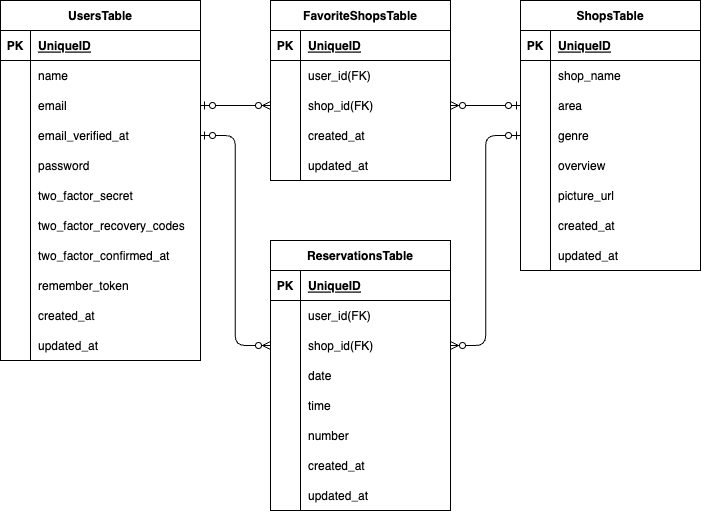
Earlier version of the draw.io export src/ER_drawing.drawio.png (hirokam/Rese_dev). Source tidied: cells renumbered, new cells last; positions are measured from the earlier drawing's top-left corner, leaving out a move shared by most shapes.
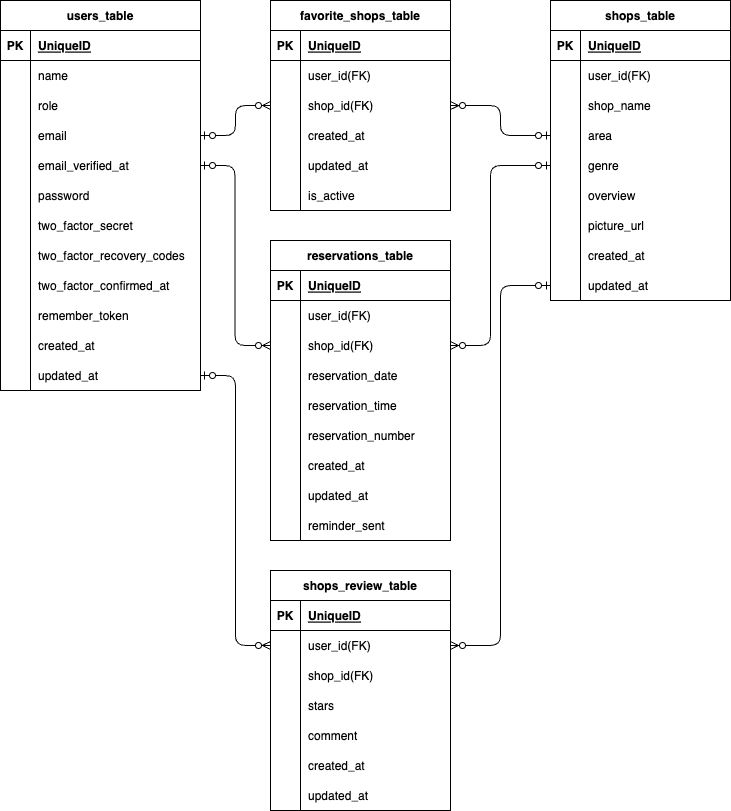
After the change.

What changed in the source:
```diff
@@ -4,4 +4,4 @@
     <mxCell id="1" parent="0" />
-    <mxCell id="2" value="UsersTable" style="shape=table;startSize=30;rowLines=0;fontStyle=1;align=center;" parent="1" vertex="1">
-      <mxGeometry width="200" height="360" as="geometry" />
+    <mxCell id="2" value="users_table" style="shape=table;startSize=30;rowLines=0;fontStyle=1;align=center;" parent="1" vertex="1">
+      <mxGeometry width="200" height="390" as="geometry" />
     </mxCell>
@@ -25,4 +25,13 @@
     </mxCell>
+    <mxCell id="106" style="shape=tableRow;horizontal=0;startSize=0;swimlaneHead=0;swimlaneBody=0;fillColor=none;top=0;left=0;right=0;bottom=0;" parent="2" vertex="1">
+      <mxGeometry y="90" width="200" height="30" as="geometry" />
+    </mxCell>
+    <mxCell id="107" style="shape=partialRectangle;fillColor=none;top=0;left=0;bottom=0;right=0;overflow=hidden;" parent="106" vertex="1">
+      <mxGeometry width="30" height="30" as="geometry" />
+    </mxCell>
+    <mxCell id="108" value="role" style="shape=partialRectangle;fillColor=none;top=0;left=0;bottom=0;right=0;align=left;spacingLeft=6;overflow=hidden;" parent="106" vertex="1">
+      <mxGeometry x="30" width="170" height="30" as="geometry" />
+    </mxCell>
     <mxCell id="9" style="shape=tableRow;horizontal=0;startSize=0;swimlaneHead=0;swimlaneBody=0;fillColor=none;points=[[0,0.5],[1,0.5]];portConstraint=eastwest;top=0;left=0;right=0;bottom=0;" parent="2" vertex="1">
-      <mxGeometry y="90" width="200" height="30" as="geometry" />
+      <mxGeometry y="120" width="200" height="30" as="geometry" />
     </mxCell>
@@ -35,3 +44,3 @@
     <mxCell id="12" style="shape=tableRow;horizontal=0;startSize=0;swimlaneHead=0;swimlaneBody=0;fillColor=none;points=[[0,0.5],[1,0.5]];portConstraint=eastwest;top=0;left=0;right=0;bottom=0;" parent="2" vertex="1">
-      <mxGeometry y="120" width="200" height="30" as="geometry" />
+      <mxGeometry y="150" width="200" height="30" as="geometry" />
     </mxCell>
@@ -44,3 +53,3 @@
     <mxCell id="15" style="shape=tableRow;horizontal=0;startSize=0;swimlaneHead=0;swimlaneBody=0;fillColor=none;top=0;left=0;right=0;bottom=0;" parent="2" vertex="1">
-      <mxGeometry y="150" width="200" height="30" as="geometry" />
+      <mxGeometry y="180" width="200" height="30" as="geometry" />
     </mxCell>
@@ -53,3 +62,3 @@
     <mxCell id="18" style="shape=tableRow;horizontal=0;startSize=0;swimlaneHead=0;swimlaneBody=0;fillColor=none;top=0;left=0;right=0;bottom=0;" parent="2" vertex="1">
-      <mxGeometry y="180" width="200" height="30" as="geometry" />
+      <mxGeometry y="210" width="200" height="30" as="geometry" />
     </mxCell>
@@ -62,3 +71,3 @@
     <mxCell id="21" style="shape=tableRow;horizontal=0;startSize=0;swimlaneHead=0;swimlaneBody=0;fillColor=none;top=0;left=0;right=0;bottom=0;" parent="2" vertex="1">
-      <mxGeometry y="210" width="200" height="30" as="geometry" />
+      <mxGeometry y="240" width="200" height="30" as="geometry" />
     </mxCell>
@@ -71,3 +80,3 @@
     <mxCell id="24" style="shape=tableRow;horizontal=0;startSize=0;swimlaneHead=0;swimlaneBody=0;fillColor=none;top=0;left=0;right=0;bottom=0;" parent="2" vertex="1">
-      <mxGeometry y="240" width="200" height="30" as="geometry" />
+      <mxGeometry y="270" width="200" height="30" as="geometry" />
     </mxCell>
@@ -80,3 +89,3 @@
     <mxCell id="27" style="shape=tableRow;horizontal=0;startSize=0;swimlaneHead=0;swimlaneBody=0;fillColor=none;top=0;left=0;right=0;bottom=0;" parent="2" vertex="1">
-      <mxGeometry y="270" width="200" height="30" as="geometry" />
+      <mxGeometry y="300" width="200" height="30" as="geometry" />
     </mxCell>
@@ -89,3 +98,3 @@
     <mxCell id="30" style="shape=tableRow;horizontal=0;startSize=0;swimlaneHead=0;swimlaneBody=0;fillColor=none;top=0;left=0;right=0;bottom=0;" parent="2" vertex="1">
-      <mxGeometry y="300" width="200" height="30" as="geometry" />
+      <mxGeometry y="330" width="200" height="30" as="geometry" />
     </mxCell>
@@ -98,3 +107,3 @@
     <mxCell id="33" style="shape=tableRow;horizontal=0;startSize=0;swimlaneHead=0;swimlaneBody=0;fillColor=none;points=[[0,0.5],[1,0.5]];portConstraint=eastwest;top=0;left=0;right=0;bottom=0;" parent="2" vertex="1">
-      <mxGeometry y="330" width="200" height="30" as="geometry" />
+      <mxGeometry y="360" width="200" height="30" as="geometry" />
     </mxCell>
@@ -106,4 +115,4 @@
     </mxCell>
-    <mxCell id="36" value="ShopsTable" style="shape=table;startSize=30;rowLines=0;fontStyle=1;align=center;" parent="1" vertex="1">
-      <mxGeometry x="520" width="180" height="270" as="geometry" />
+    <mxCell id="36" value="shops_table" style="shape=table;startSize=30;rowLines=0;fontStyle=1;align=center;" parent="1" vertex="1">
+      <mxGeometry x="550" width="180" height="300" as="geometry" />
     </mxCell>
@@ -124,7 +133,16 @@
     </mxCell>
-    <mxCell id="42" value="shop_name" style="shape=partialRectangle;fillColor=none;top=0;left=0;bottom=0;right=0;align=left;spacingLeft=6;overflow=hidden;" parent="40" vertex="1">
+    <mxCell id="42" value="user_id(FK)" style="shape=partialRectangle;fillColor=none;top=0;left=0;bottom=0;right=0;align=left;spacingLeft=6;overflow=hidden;" parent="40" vertex="1">
       <mxGeometry x="30" width="150" height="30" as="geometry" />
     </mxCell>
+    <mxCell id="109" style="shape=tableRow;horizontal=0;startSize=0;swimlaneHead=0;swimlaneBody=0;fillColor=none;top=0;left=0;right=0;bottom=0;" parent="36" vertex="1">
+      <mxGeometry y="90" width="180" height="30" as="geometry" />
+    </mxCell>
+    <mxCell id="110" style="shape=partialRectangle;fillColor=none;top=0;left=0;bottom=0;right=0;overflow=hidden;" parent="109" vertex="1">
+      <mxGeometry width="30" height="30" as="geometry" />
+    </mxCell>
+    <mxCell id="111" value="shop_name" style="shape=partialRectangle;fillColor=none;top=0;left=0;bottom=0;right=0;align=left;spacingLeft=6;overflow=hidden;" parent="109" vertex="1">
+      <mxGeometry x="30" width="150" height="30" as="geometry" />
+    </mxCell>
     <mxCell id="43" style="shape=tableRow;horizontal=0;startSize=0;swimlaneHead=0;swimlaneBody=0;fillColor=none;points=[[0,0.5],[1,0.5]];portConstraint=eastwest;top=0;left=0;right=0;bottom=0;" parent="36" vertex="1">
-      <mxGeometry y="90" width="180" height="30" as="geometry" />
+      <mxGeometry y="120" width="180" height="30" as="geometry" />
     </mxCell>
@@ -137,3 +155,3 @@
     <mxCell id="46" style="shape=tableRow;horizontal=0;startSize=0;swimlaneHead=0;swimlaneBody=0;fillColor=none;points=[[0,0.5],[1,0.5]];portConstraint=eastwest;top=0;left=0;right=0;bottom=0;" parent="36" vertex="1">
-      <mxGeometry y="120" width="180" height="30" as="geometry" />
+      <mxGeometry y="150" width="180" height="30" as="geometry" />
     </mxCell>
@@ -146,3 +164,3 @@
     <mxCell id="49" style="shape=tableRow;horizontal=0;startSize=0;swimlaneHead=0;swimlaneBody=0;fillColor=none;top=0;left=0;right=0;bottom=0;" parent="36" vertex="1">
-      <mxGeometry y="150" width="180" height="30" as="geometry" />
+      <mxGeometry y="180" width="180" height="30" as="geometry" />
     </mxCell>
@@ -155,3 +173,3 @@
     <mxCell id="52" style="shape=tableRow;horizontal=0;startSize=0;swimlaneHead=0;swimlaneBody=0;fillColor=none;top=0;left=0;right=0;bottom=0;" parent="36" vertex="1">
-      <mxGeometry y="180" width="180" height="30" as="geometry" />
+      <mxGeometry y="210" width="180" height="30" as="geometry" />
     </mxCell>
@@ -164,3 +182,3 @@
     <mxCell id="55" style="shape=tableRow;horizontal=0;startSize=0;swimlaneHead=0;swimlaneBody=0;fillColor=none;top=0;left=0;right=0;bottom=0;" parent="36" vertex="1">
-      <mxGeometry y="210" width="180" height="30" as="geometry" />
+      <mxGeometry y="240" width="180" height="30" as="geometry" />
     </mxCell>
@@ -173,3 +191,3 @@
     <mxCell id="58" style="shape=tableRow;horizontal=0;startSize=0;swimlaneHead=0;swimlaneBody=0;fillColor=none;points=[[0,0.5],[1,0.5]];portConstraint=eastwest;top=0;left=0;right=0;bottom=0;" parent="36" vertex="1">
-      <mxGeometry y="240" width="180" height="30" as="geometry" />
+      <mxGeometry y="270" width="180" height="30" as="geometry" />
     </mxCell>
@@ -181,4 +199,4 @@
     </mxCell>
-    <mxCell id="61" value="FavoriteShopsTable" style="shape=table;startSize=30;rowLines=0;fontStyle=1;align=center;" parent="1" vertex="1">
-      <mxGeometry x="270" width="180" height="180" as="geometry" />
+    <mxCell id="61" value="favorite_shops_table" style="shape=table;startSize=30;rowLines=0;fontStyle=1;align=center;" parent="1" vertex="1">
+      <mxGeometry x="270" width="180" height="210" as="geometry" />
     </mxCell>
@@ -229,4 +247,13 @@
     </mxCell>
+    <mxCell id="112" style="shape=tableRow;horizontal=0;startSize=0;swimlaneHead=0;swimlaneBody=0;fillColor=none;top=0;left=0;right=0;bottom=0;" parent="61" vertex="1">
+      <mxGeometry y="180" width="180" height="30" as="geometry" />
+    </mxCell>
+    <mxCell id="113" style="shape=partialRectangle;fillColor=none;top=0;left=0;bottom=0;right=0;overflow=hidden;" parent="112" vertex="1">
+      <mxGeometry width="30" height="30" as="geometry" />
+    </mxCell>
+    <mxCell id="114" value="is_active" style="shape=partialRectangle;fillColor=none;top=0;left=0;bottom=0;right=0;align=left;spacingLeft=6;overflow=hidden;" parent="112" vertex="1">
+      <mxGeometry x="30" width="150" height="30" as="geometry" />
+    </mxCell>
-    <mxCell id="77" value="ReservationsTable" style="shape=table;startSize=30;rowLines=0;fontStyle=1;align=center;" parent="1" vertex="1">
-      <mxGeometry x="270" y="240" width="180" height="270" as="geometry" />
+    <mxCell id="77" value="reservations_table" style="shape=table;startSize=30;rowLines=0;fontStyle=1;align=center;" parent="1" vertex="1">
+      <mxGeometry x="270" y="240" width="180" height="300" as="geometry" />
     </mxCell>
@@ -265,3 +292,3 @@
     </mxCell>
-    <mxCell id="89" value="date" style="shape=partialRectangle;fillColor=none;top=0;left=0;bottom=0;right=0;align=left;spacingLeft=6;overflow=hidden;" parent="87" vertex="1">
+    <mxCell id="89" value="reservation_date" style="shape=partialRectangle;fillColor=none;top=0;left=0;bottom=0;right=0;align=left;spacingLeft=6;overflow=hidden;" parent="87" vertex="1">
       <mxGeometry x="30" width="150" height="30" as="geometry" />
@@ -274,3 +301,3 @@
     </mxCell>
-    <mxCell id="92" value="time" style="shape=partialRectangle;fillColor=none;top=0;left=0;bottom=0;right=0;align=left;spacingLeft=6;overflow=hidden;" parent="90" vertex="1">
+    <mxCell id="92" value="reservation_time" style="shape=partialRectangle;fillColor=none;top=0;left=0;bottom=0;right=0;align=left;spacingLeft=6;overflow=hidden;" parent="90" vertex="1">
       <mxGeometry x="30" width="150" height="30" as="geometry" />
@@ -283,3 +310,3 @@
     </mxCell>
-    <mxCell id="95" value="number" style="shape=partialRectangle;fillColor=none;top=0;left=0;bottom=0;right=0;align=left;spacingLeft=6;overflow=hidden;" parent="93" vertex="1">
+    <mxCell id="95" value="reservation_number" style="shape=partialRectangle;fillColor=none;top=0;left=0;bottom=0;right=0;align=left;spacingLeft=6;overflow=hidden;" parent="93" vertex="1">
       <mxGeometry x="30" width="150" height="30" as="geometry" />
@@ -304,6 +331,15 @@
     </mxCell>
+    <mxCell id="115" style="shape=tableRow;horizontal=0;startSize=0;swimlaneHead=0;swimlaneBody=0;fillColor=none;top=0;left=0;right=0;bottom=0;" parent="77" vertex="1">
+      <mxGeometry y="270" width="180" height="30" as="geometry" />
+    </mxCell>
+    <mxCell id="116" style="shape=partialRectangle;fillColor=none;top=0;left=0;bottom=0;right=0;overflow=hidden;" parent="115" vertex="1">
+      <mxGeometry width="30" height="30" as="geometry" />
+    </mxCell>
+    <mxCell id="117" value="reminder_sent" style="shape=partialRectangle;fillColor=none;top=0;left=0;bottom=0;right=0;align=left;spacingLeft=6;overflow=hidden;" parent="115" vertex="1">
+      <mxGeometry x="30" width="150" height="30" as="geometry" />
+    </mxCell>
-    <mxCell id="102" style="fontSize=12;html=1;endArrow=ERzeroToMany;startArrow=ERzeroToOne;entryX=0;entryY=0.5;entryDx=0;entryDy=0;exitX=1;exitY=0.5;exitDx=0;exitDy=0;" parent="1" edge="1" source="9" target="68">
+    <mxCell id="102" style="fontSize=12;html=1;endArrow=ERzeroToMany;startArrow=ERzeroToOne;entryX=0;entryY=0.5;entryDx=0;entryDy=0;exitX=1;exitY=0.5;exitDx=0;exitDy=0;edgeStyle=orthogonalEdgeStyle;" parent="1" edge="1" source="9" target="68">
       <mxGeometry relative="1" as="geometry" />
     </mxCell>
-    <mxCell id="103" style="fontSize=12;html=1;endArrow=ERzeroToMany;startArrow=ERzeroToOne;entryX=1;entryY=0.5;entryDx=0;entryDy=0;exitX=0;exitY=0.5;exitDx=0;exitDy=0;" parent="1" edge="1" source="43" target="68">
+    <mxCell id="103" style="fontSize=12;html=1;endArrow=ERzeroToMany;startArrow=ERzeroToOne;entryX=1;entryY=0.5;entryDx=0;entryDy=0;exitX=0;exitY=0.5;exitDx=0;exitDy=0;edgeStyle=orthogonalEdgeStyle;" parent="1" edge="1" source="43" target="68">
       <mxGeometry relative="1" as="geometry" />
@@ -314,4 +350,80 @@
     <mxCell id="105" style="fontSize=12;html=1;endArrow=ERzeroToMany;startArrow=ERzeroToOne;entryX=1;entryY=0.5;entryDx=0;entryDy=0;exitX=0;exitY=0.5;exitDx=0;exitDy=0;edgeStyle=elbowEdgeStyle;" parent="1" edge="1" source="46" target="84">
-      <mxGeometry relative="1" as="geometry" />
+      <mxGeometry relative="1" as="geometry">
+        <Array as="points">
+          <mxPoint x="490" y="260" />
+        </Array>
+      </mxGeometry>
     </mxCell>
+    <mxCell id="118" value="shops_review_table" style="shape=table;startSize=30;rowLines=0;fontStyle=1;align=center;" parent="1" vertex="1">
+      <mxGeometry x="270" y="570" width="180" height="240" as="geometry" />
+    </mxCell>
+    <mxCell id="119" style="shape=tableRow;horizontal=0;startSize=0;swimlaneHead=0;swimlaneBody=0;fillColor=none;top=0;left=0;right=0;bottom=1;" parent="118" vertex="1">
+      <mxGeometry y="30" width="180" height="30" as="geometry" />
+    </mxCell>
+    <mxCell id="120" value="PK" style="shape=partialRectangle;fillColor=none;top=0;left=0;bottom=0;right=0;fontStyle=1;overflow=hidden;" parent="119" vertex="1">
+      <mxGeometry width="30" height="30" as="geometry" />
+    </mxCell>
+    <mxCell id="121" value="UniqueID" style="shape=partialRectangle;fillColor=none;top=0;left=0;bottom=0;right=0;align=left;spacingLeft=6;fontStyle=5;overflow=hidden;" parent="119" vertex="1">
+      <mxGeometry x="30" width="150" height="30" as="geometry" />
+    </mxCell>
+    <mxCell id="122" style="shape=tableRow;horizontal=0;startSize=0;swimlaneHead=0;swimlaneBody=0;fillColor=none;points=[[0,0.5],[1,0.5]];portConstraint=eastwest;top=0;left=0;right=0;bottom=0;" parent="118" vertex="1">
+      <mxGeometry y="60" width="180" height="30" as="geometry" />
+    </mxCell>
+    <mxCell id="123" style="shape=partialRectangle;fillColor=none;top=0;left=0;bottom=0;right=0;overflow=hidden;" parent="122" vertex="1">
+      <mxGeometry width="30" height="30" as="geometry" />
+    </mxCell>
+    <mxCell id="124" value="user_id(FK)" style="shape=partialRectangle;fillColor=none;top=0;left=0;bottom=0;right=0;align=left;spacingLeft=6;overflow=hidden;" parent="122" vertex="1">
+      <mxGeometry x="30" width="150" height="30" as="geometry" />
+    </mxCell>
+    <mxCell id="125" style="shape=tableRow;horizontal=0;startSize=0;swimlaneHead=0;swimlaneBody=0;fillColor=none;top=0;left=0;right=0;bottom=0;" parent="118" vertex="1">
+      <mxGeometry y="90" width="180" height="30" as="geometry" />
+    </mxCell>
+    <mxCell id="126" style="shape=partialRectangle;fillColor=none;top=0;left=0;bottom=0;right=0;overflow=hidden;" parent="125" vertex="1">
+      <mxGeometry width="30" height="30" as="geometry" />
+    </mxCell>
+    <mxCell id="127" value="shop_id(FK)" style="shape=partialRectangle;fillColor=none;top=0;left=0;bottom=0;right=0;align=left;spacingLeft=6;overflow=hidden;" parent="125" vertex="1">
+      <mxGeometry x="30" width="150" height="30" as="geometry" />
+    </mxCell>
+    <mxCell id="128" style="shape=tableRow;horizontal=0;startSize=0;swimlaneHead=0;swimlaneBody=0;fillColor=none;top=0;left=0;right=0;bottom=0;" parent="118" vertex="1">
+      <mxGeometry y="120" width="180" height="30" as="geometry" />
+    </mxCell>
+    <mxCell id="129" style="shape=partialRectangle;fillColor=none;top=0;left=0;bottom=0;right=0;overflow=hidden;" parent="128" vertex="1">
+      <mxGeometry width="30" height="30" as="geometry" />
+    </mxCell>
+    <mxCell id="130" value="stars" style="shape=partialRectangle;fillColor=none;top=0;left=0;bottom=0;right=0;align=left;spacingLeft=6;overflow=hidden;" parent="128" vertex="1">
+      <mxGeometry x="30" width="150" height="30" as="geometry" />
+    </mxCell>
+    <mxCell id="131" style="shape=tableRow;horizontal=0;startSize=0;swimlaneHead=0;swimlaneBody=0;fillColor=none;top=0;left=0;right=0;bottom=0;" parent="118" vertex="1">
+      <mxGeometry y="150" width="180" height="30" as="geometry" />
+    </mxCell>
+    <mxCell id="132" style="shape=partialRectangle;fillColor=none;top=0;left=0;bottom=0;right=0;overflow=hidden;" parent="131" vertex="1">
+      <mxGeometry width="30" height="30" as="geometry" />
+    </mxCell>
+    <mxCell id="133" value="comment" style="shape=partialRectangle;fillColor=none;top=0;left=0;bottom=0;right=0;align=left;spacingLeft=6;overflow=hidden;" parent="131" vertex="1">
+      <mxGeometry x="30" width="150" height="30" as="geometry" />
+    </mxCell>
+    <mxCell id="134" style="shape=tableRow;horizontal=0;startSize=0;swimlaneHead=0;swimlaneBody=0;fillColor=none;top=0;left=0;right=0;bottom=0;" parent="118" vertex="1">
+      <mxGeometry y="180" width="180" height="30" as="geometry" />
+    </mxCell>
+    <mxCell id="135" style="shape=partialRectangle;fillColor=none;top=0;left=0;bottom=0;right=0;overflow=hidden;" parent="134" vertex="1">
+      <mxGeometry width="30" height="30" as="geometry" />
+    </mxCell>
+    <mxCell id="136" value="created_at" style="shape=partialRectangle;fillColor=none;top=0;left=0;bottom=0;right=0;align=left;spacingLeft=6;overflow=hidden;" parent="134" vertex="1">
+      <mxGeometry x="30" width="150" height="30" as="geometry" />
+    </mxCell>
+    <mxCell id="137" style="shape=tableRow;horizontal=0;startSize=0;swimlaneHead=0;swimlaneBody=0;fillColor=none;top=0;left=0;right=0;bottom=0;" parent="118" vertex="1">
+      <mxGeometry y="210" width="180" height="30" as="geometry" />
+    </mxCell>
+    <mxCell id="138" style="shape=partialRectangle;fillColor=none;top=0;left=0;bottom=0;right=0;overflow=hidden;" parent="137" vertex="1">
+      <mxGeometry width="30" height="30" as="geometry" />
+    </mxCell>
+    <mxCell id="139" value="updated_at" style="shape=partialRectangle;fillColor=none;top=0;left=0;bottom=0;right=0;align=left;spacingLeft=6;overflow=hidden;" parent="137" vertex="1">
+      <mxGeometry x="30" width="150" height="30" as="geometry" />
+    </mxCell>
+    <mxCell id="140" style="edgeStyle=orthogonalEdgeStyle;fontSize=12;html=1;endArrow=ERzeroToMany;startArrow=ERzeroToOne;exitX=1;exitY=0.5;exitDx=0;exitDy=0;entryX=0;entryY=0.5;entryDx=0;entryDy=0;" parent="1" edge="1" source="33" target="122">
+      <mxGeometry relative="1" as="geometry" />
+    </mxCell>
+    <mxCell id="141" style="edgeStyle=orthogonalEdgeStyle;fontSize=12;html=1;endArrow=ERzeroToMany;startArrow=ERzeroToOne;exitX=0;exitY=0.5;exitDx=0;exitDy=0;entryX=1;entryY=0.5;entryDx=0;entryDy=0;" parent="1" edge="1" source="58" target="122">
+      <mxGeometry relative="1" as="geometry" />
+    </mxCell>
   </root>
```
